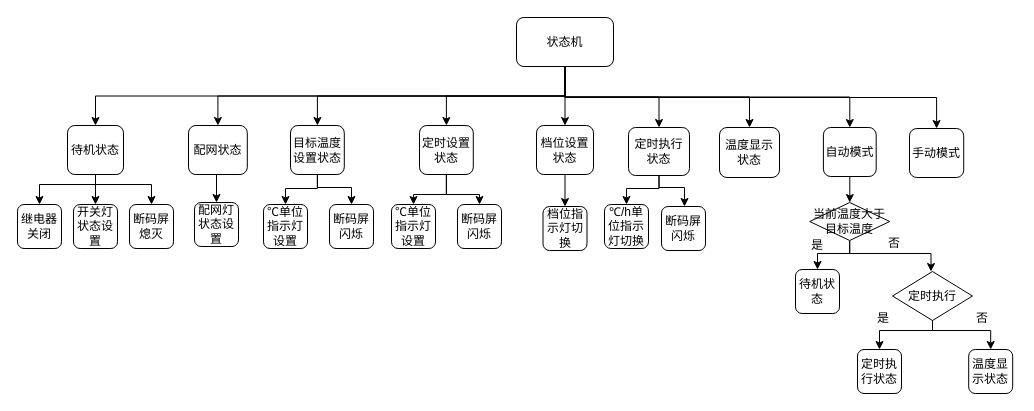
Above: zhuangtaiji.drawio in JeffYec/Jeff (draw.io), before the change. Source tidied: cells renumbered, new cells numbered last; positions are measured from the earlier drawing's top-left corner, leaving out a move shared by most shapes. Both pictures are drawn from the tidied source at 100%, with x=0, y=0 at pixel (17, 17).
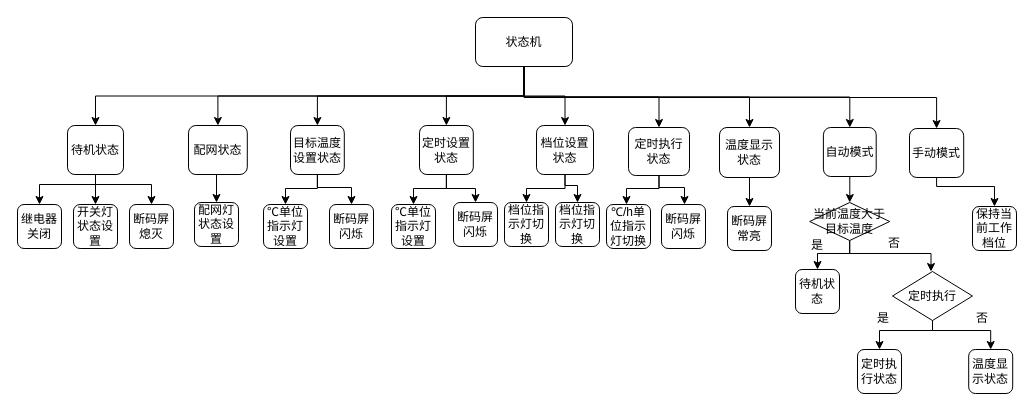
Above is the later version.

Unchanged cells that the change refers to:
```xml
<mxCell id="20" value="定时设置状态" style="rounded=1;whiteSpace=wrap;html=1;" parent="1" vertex="1">
  <mxGeometry x="402" y="108" width="53.8" height="49" as="geometry" />
</mxCell>
<mxCell id="23" value="手动模式" style="rounded=1;whiteSpace=wrap;html=1;" parent="1" vertex="1">
  <mxGeometry x="892" y="111" width="54.2" height="49" as="geometry" />
</mxCell>
<mxCell id="35" value="档位设置状态" style="rounded=1;whiteSpace=wrap;html=1;" parent="1" vertex="1">
  <mxGeometry x="519" y="108" width="57" height="49" as="geometry" />
</mxCell>
<mxCell id="45" value="温度显示状态" style="rounded=1;whiteSpace=wrap;html=1;" parent="1" vertex="1">
  <mxGeometry x="702" y="110" width="60" height="50" as="geometry" />
</mxCell>
<mxCell id="52" value="℃单位指示灯设置" style="rounded=1;whiteSpace=wrap;html=1;" parent="1" vertex="1">
  <mxGeometry x="374" y="187" width="44" height="44" as="geometry" />
</mxCell>
```

Diff of the diagram source:
```diff
@@
     <mxCell id="11" value="状态机" style="rounded=1;whiteSpace=wrap;html=1;" parent="1" vertex="1">
-      <mxGeometry x="499" width="97" height="49" as="geometry" />
+      <mxGeometry x="458" width="97" height="49" as="geometry" />
     </mxCell>
@@
     <mxCell id="18" style="edgeStyle=orthogonalEdgeStyle;rounded=0;jettySize=auto;html=1;exitX=0.5;exitY=1;exitDx=0;exitDy=0;entryX=0.5;entryY=0;entryDx=0;entryDy=0;" parent="1" edge="1" source="20" target="52">
-      <mxGeometry relative="1" as="geometry" />
+      <mxGeometry relative="1" as="geometry">
+        <Array as="points">
+          <mxPoint x="429" y="171" />
+          <mxPoint x="396" y="171" />
+        </Array>
+      </mxGeometry>
     </mxCell>
     <mxCell id="19" style="edgeStyle=orthogonalEdgeStyle;rounded=0;jettySize=auto;html=1;exitX=0.5;exitY=1;exitDx=0;exitDy=0;entryX=0.5;entryY=0;entryDx=0;entryDy=0;" parent="1" edge="1" source="20" target="53">
-      <mxGeometry relative="1" as="geometry" />
+      <mxGeometry relative="1" as="geometry">
+        <Array as="points">
+          <mxPoint x="429" y="171" />
+          <mxPoint x="458" y="171" />
+        </Array>
+      </mxGeometry>
     </mxCell>
@@
+    <mxCell id="57" style="edgeStyle=orthogonalEdgeStyle;rounded=0;jettySize=auto;html=1;exitX=0.5;exitY=1;exitDx=0;exitDy=0;entryX=0.5;entryY=0;entryDx=0;entryDy=0;" parent="1" edge="1" source="23" target="62">
+      <mxGeometry relative="1" as="geometry">
+        <Array as="points">
+          <mxPoint x="919" y="169" />
+          <mxPoint x="977" y="169" />
+        </Array>
+      </mxGeometry>
+    </mxCell>
@@
     <mxCell id="34" style="edgeStyle=orthogonalEdgeStyle;rounded=0;jettySize=auto;html=1;exitX=0.5;exitY=1;exitDx=0;exitDy=0;entryX=0.5;entryY=0;entryDx=0;entryDy=0;" parent="1" edge="1" source="35" target="54">
-      <mxGeometry relative="1" as="geometry" />
+      <mxGeometry relative="1" as="geometry">
+        <Array as="points">
+          <mxPoint x="548" y="171" />
+          <mxPoint x="509" y="171" />
+        </Array>
+      </mxGeometry>
     </mxCell>
+    <mxCell id="58" style="edgeStyle=orthogonalEdgeStyle;rounded=0;jettySize=auto;html=1;exitX=0.5;exitY=1;exitDx=0;exitDy=0;" parent="1" edge="1" source="35" target="61">
+      <mxGeometry relative="1" as="geometry">
+        <Array as="points">
+          <mxPoint x="548" y="168" />
+          <mxPoint x="560" y="168" />
+        </Array>
+      </mxGeometry>
+    </mxCell>
@@
+    <mxCell id="59" style="edgeStyle=orthogonalEdgeStyle;rounded=0;jettySize=auto;html=1;" parent="1" edge="1" source="45" target="60">
+      <mxGeometry relative="1" as="geometry" />
+    </mxCell>
@@
     <mxCell id="53" value="断码屏闪烁" style="rounded=1;whiteSpace=wrap;html=1;" parent="1" vertex="1">
-      <mxGeometry x="440" y="187" width="44" height="44" as="geometry" />
+      <mxGeometry x="436" y="185" width="44" height="44" as="geometry" />
     </mxCell>
     <mxCell id="54" value="档位指示灯切换" style="rounded=1;whiteSpace=wrap;html=1;" parent="1" vertex="1">
-      <mxGeometry x="525.5" y="189" width="44" height="44" as="geometry" />
+      <mxGeometry x="487" y="185" width="44" height="44" as="geometry" />
     </mxCell>
     <mxCell id="55" value="断码屏闪烁" style="rounded=1;whiteSpace=wrap;html=1;" parent="1" vertex="1">
-      <mxGeometry x="644" y="189" width="44" height="44" as="geometry" />
+      <mxGeometry x="644" y="187" width="44" height="44" as="geometry" />
     </mxCell>
     <mxCell id="56" value="℃/h单位指示灯切换" style="rounded=1;whiteSpace=wrap;html=1;" parent="1" vertex="1">
-      <mxGeometry x="587" y="187" width="44" height="44" as="geometry" />
+      <mxGeometry x="589" y="187" width="44" height="44" as="geometry" />
     </mxCell>
+    <mxCell id="60" value="断码屏常亮" style="rounded=1;whiteSpace=wrap;html=1;" parent="1" vertex="1">
+      <mxGeometry x="710" y="189" width="44" height="44" as="geometry" />
+    </mxCell>
+    <mxCell id="61" value="档位指示灯切换" style="rounded=1;whiteSpace=wrap;html=1;" parent="1" vertex="1">
+      <mxGeometry x="538" y="185" width="44" height="44" as="geometry" />
+    </mxCell>
+    <mxCell id="62" value="保持当前工作档位" style="rounded=1;whiteSpace=wrap;html=1;" parent="1" vertex="1">
+      <mxGeometry x="955" y="189" width="44" height="44" as="geometry" />
+    </mxCell>
```
